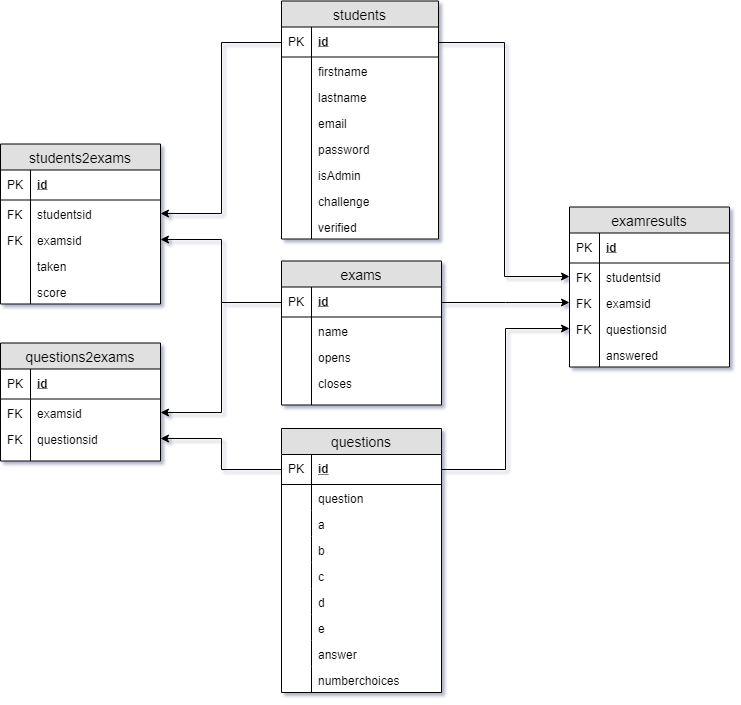
The draw.io diagram ERD.png in EDoesCode/QuizApp, before a commit. Source tidied: cells renumbered, new cells last; positions are measured from the earlier drawing's top-left corner, leaving out a move shared by most shapes.
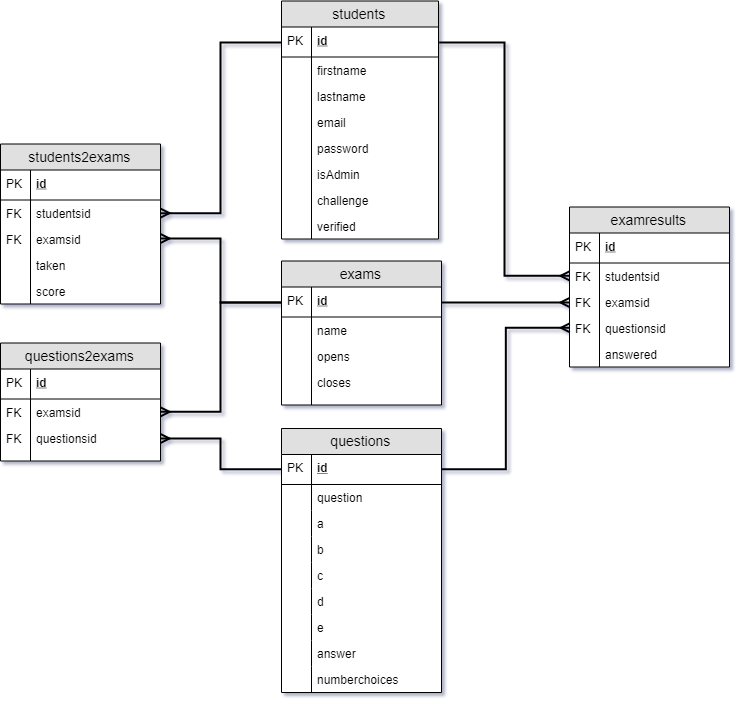
The same file after the commit.

Diff of the diagram source:
```diff
@@ -203,16 +203,16 @@
     <mxCell id="68" style="shape=partialRectangle;top=0;left=0;bottom=0;fillColor=none;align=left;verticalAlign=top;spacingLeft=4;spacingRight=4;overflow=hidden;fontSize=12;" parent="67" vertex="1">
       <mxGeometry width="30" height="26" as="geometry" />
     </mxCell>
-    <mxCell id="69" style="edgeStyle=orthogonalEdgeStyle;rounded=0;jettySize=auto;html=1;exitX=0;exitY=0.5;exitDx=0;exitDy=0;entryX=1;entryY=0.5;entryDx=0;entryDy=0;" parent="1" edge="1" source="3" target="61">
+    <mxCell id="69" style="edgeStyle=orthogonalEdgeStyle;rounded=0;jettySize=auto;html=1;exitX=0;exitY=0.5;exitDx=0;exitDy=0;entryX=1;entryY=0.5;entryDx=0;entryDy=0;endArrow=ERmany;endFill=0;strokeWidth=2;" parent="1" edge="1" source="3" target="61">
       <mxGeometry relative="1" as="geometry" />
     </mxCell>
-    <mxCell id="70" style="edgeStyle=orthogonalEdgeStyle;rounded=0;jettySize=auto;html=1;exitX=0;exitY=0.5;exitDx=0;exitDy=0;entryX=1;entryY=0.5;entryDx=0;entryDy=0;" parent="1" edge="1" source="39" target="63">
+    <mxCell id="70" style="edgeStyle=orthogonalEdgeStyle;rounded=0;jettySize=auto;html=1;exitX=0;exitY=0.5;exitDx=0;exitDy=0;entryX=1;entryY=0.5;entryDx=0;entryDy=0;endArrow=ERmany;endFill=0;strokeWidth=2;" parent="1" edge="1" source="39" target="63">
       <mxGeometry relative="1" as="geometry" />
     </mxCell>
-    <mxCell id="71" style="edgeStyle=orthogonalEdgeStyle;rounded=0;jettySize=auto;html=1;exitX=0;exitY=0.5;exitDx=0;exitDy=0;entryX=1;entryY=0.5;entryDx=0;entryDy=0;" parent="1" edge="1" source="39" target="52">
+    <mxCell id="71" style="edgeStyle=orthogonalEdgeStyle;rounded=0;jettySize=auto;html=1;exitX=0;exitY=0.5;exitDx=0;exitDy=0;entryX=1;entryY=0.5;entryDx=0;entryDy=0;endArrow=ERmany;endFill=0;strokeWidth=2;" parent="1" edge="1" source="39" target="52">
       <mxGeometry relative="1" as="geometry" />
     </mxCell>
-    <mxCell id="72" style="edgeStyle=orthogonalEdgeStyle;rounded=0;jettySize=auto;html=1;exitX=0;exitY=0.5;exitDx=0;exitDy=0;entryX=1;entryY=0.5;entryDx=0;entryDy=0;" parent="1" edge="1" source="20" target="54">
+    <mxCell id="72" style="edgeStyle=orthogonalEdgeStyle;rounded=0;jettySize=auto;html=1;exitX=0;exitY=0.5;exitDx=0;exitDy=0;entryX=1;entryY=0.5;entryDx=0;entryDy=0;endArrow=ERmany;endFill=0;strokeWidth=2;" parent="1" edge="1" source="20" target="54">
       <mxGeometry relative="1" as="geometry" />
     </mxCell>
     <mxCell id="73" value="examresults" style="swimlane;fontStyle=0;horizontal=1;startSize=26;fillColor=#e0e0e0;swimlaneFillColor=#ffffff;align=center;fontSize=14;" parent="1" vertex="1">
@@ -248,13 +248,13 @@
     <mxCell id="83" style="shape=partialRectangle;top=0;left=0;bottom=0;fillColor=none;align=left;verticalAlign=top;spacingLeft=4;spacingRight=4;overflow=hidden;fontSize=12;" parent="82" vertex="1">
       <mxGeometry width="30" height="26" as="geometry" />
     </mxCell>
-    <mxCell id="84" style="edgeStyle=orthogonalEdgeStyle;rounded=0;jettySize=auto;html=1;exitX=1;exitY=0.5;exitDx=0;exitDy=0;" parent="1" edge="1" source="3" target="76">
+    <mxCell id="84" style="edgeStyle=orthogonalEdgeStyle;rounded=0;jettySize=auto;html=1;exitX=1;exitY=0.5;exitDx=0;exitDy=0;endArrow=ERmany;endFill=0;strokeWidth=2;" parent="1" edge="1" source="3" target="76">
       <mxGeometry relative="1" as="geometry" />
     </mxCell>
-    <mxCell id="85" style="edgeStyle=orthogonalEdgeStyle;rounded=0;jettySize=auto;html=1;exitX=1;exitY=0.5;exitDx=0;exitDy=0;" parent="1" edge="1" source="39" target="78">
+    <mxCell id="85" style="edgeStyle=orthogonalEdgeStyle;rounded=0;jettySize=auto;html=1;exitX=1;exitY=0.5;exitDx=0;exitDy=0;endArrow=ERmany;endFill=0;strokeWidth=2;" parent="1" edge="1" source="39" target="78">
       <mxGeometry relative="1" as="geometry" />
     </mxCell>
-    <mxCell id="86" style="edgeStyle=orthogonalEdgeStyle;rounded=0;jettySize=auto;html=1;exitX=1;exitY=0.5;exitDx=0;exitDy=0;entryX=0;entryY=0.5;entryDx=0;entryDy=0;" parent="1" edge="1" source="20" target="80">
+    <mxCell id="86" style="edgeStyle=orthogonalEdgeStyle;rounded=0;jettySize=auto;html=1;exitX=1;exitY=0.5;exitDx=0;exitDy=0;entryX=0;entryY=0.5;entryDx=0;entryDy=0;endArrow=ERmany;endFill=0;strokeWidth=2;" parent="1" edge="1" source="20" target="80">
       <mxGeometry relative="1" as="geometry" />
     </mxCell>
   </root>
```
